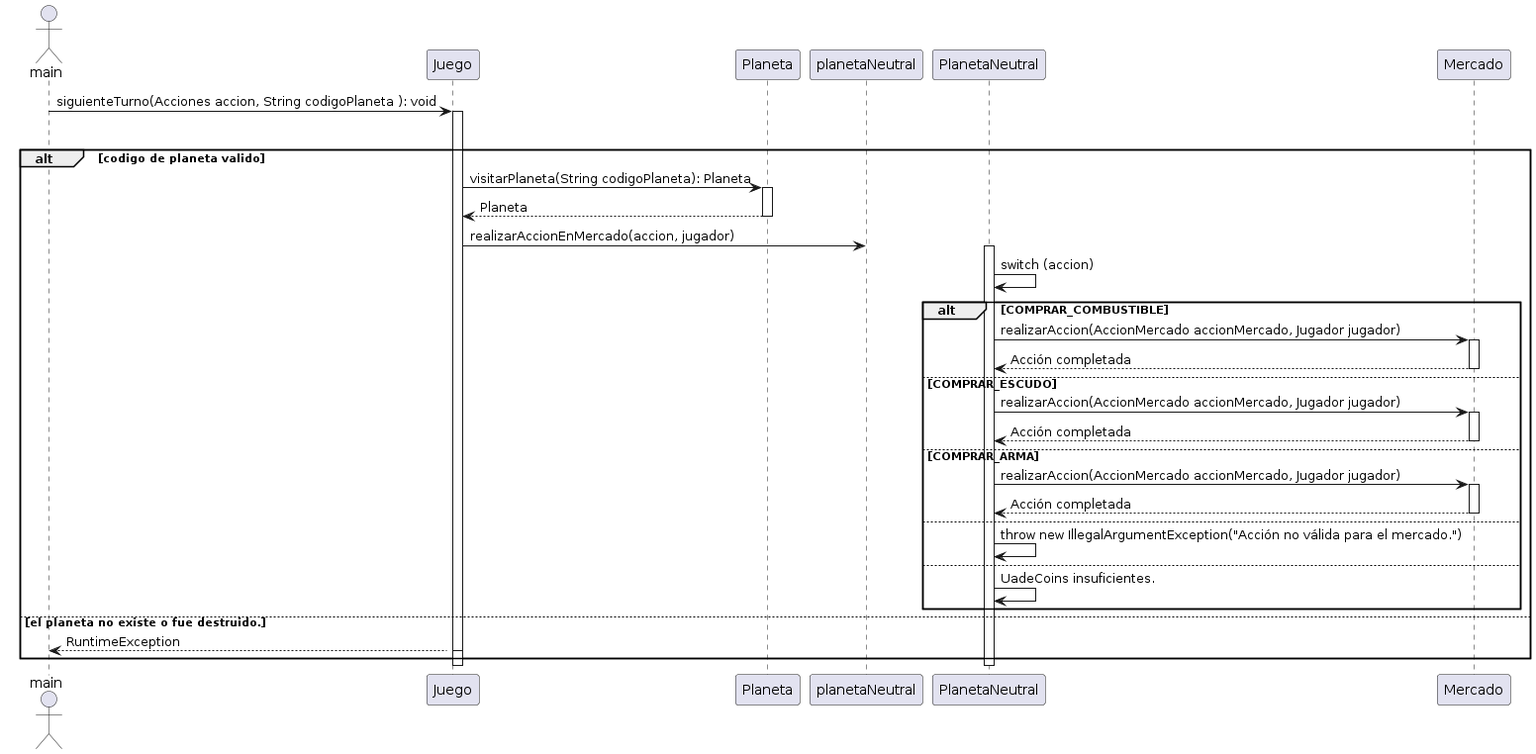
ianlio-git/LostGalaxy keeps this PlantUML diagram as src/main/java/org/example/Diagrams/DiagramaDeSecuenciaComprarItem.png. Above is the earlier version.
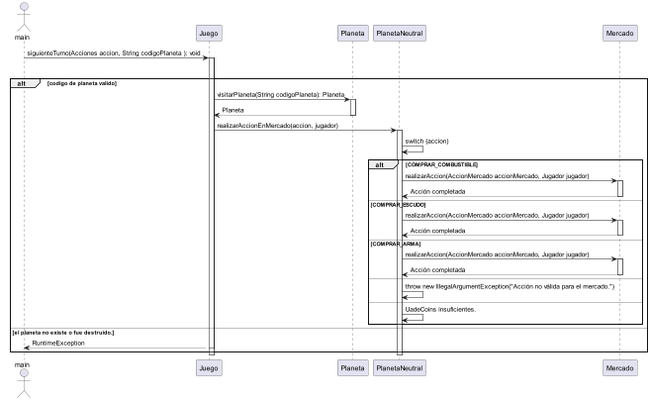
Later version of the same file.

The edit, as a diff of the source:
```diff
@@ -11,7 +11,7 @@
                 Planeta --> Juego: Planeta
             deactivate Planeta
 
-Juego -> planetaNeutral : realizarAccionEnMercado(accion, jugador)
+Juego -> PlanetaNeutral : realizarAccionEnMercado(accion, jugador)
 activate PlanetaNeutral
 
 PlanetaNeutral -> PlanetaNeutral : switch (accion)
```
